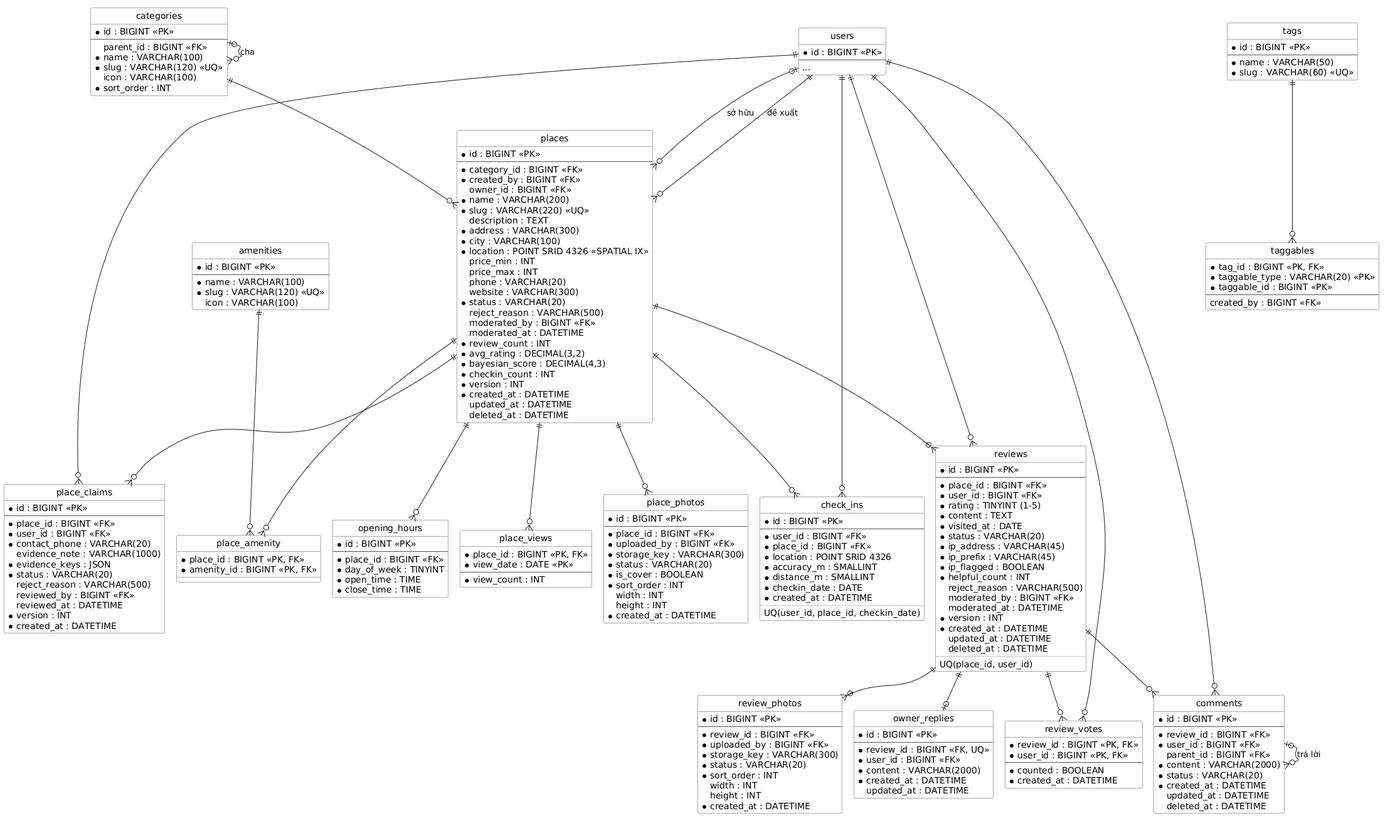
Before: docs/diagrams/png/erd-place-review.png, a diagram exported from PlantUML (hiepfre3101/local-spot). Source of this version:
```plantuml
@startuml erd-place-review
!pragma layout smetana
hide circle
skinparam linetype ortho
skinparam class {
  BackgroundColor #FDFDFD
  BorderColor #555555
}

entity users {
  * id : BIGINT <<PK>>
  --
  ...
}

entity categories {
  * id : BIGINT <<PK>>
  --
  parent_id : BIGINT <<FK>>
  * name : VARCHAR(100)
  * slug : VARCHAR(120) <<UQ>>
  icon : VARCHAR(100)
  * sort_order : INT
}

entity places {
  * id : BIGINT <<PK>>
  --
  * category_id : BIGINT <<FK>>
  * created_by : BIGINT <<FK>>
  owner_id : BIGINT <<FK>>
  * name : VARCHAR(200)
  * slug : VARCHAR(220) <<UQ>>
  description : TEXT
  * address : VARCHAR(300)
  * city : VARCHAR(100)
  * location : POINT SRID 4326 <<SPATIAL IX>>
  price_min : INT
  price_max : INT
  phone : VARCHAR(20)
  website : VARCHAR(300)
  * status : VARCHAR(20)
  reject_reason : VARCHAR(500)
  moderated_by : BIGINT <<FK>>
  moderated_at : DATETIME
  * review_count : INT
  * avg_rating : DECIMAL(3,2)
  * bayesian_score : DECIMAL(4,3)
  * checkin_count : INT
  * version : INT
  * created_at : DATETIME
  updated_at : DATETIME
  deleted_at : DATETIME
}

entity place_photos {
  * id : BIGINT <<PK>>
  --
  * place_id : BIGINT <<FK>>
  * uploaded_by : BIGINT <<FK>>
  * storage_key : VARCHAR(300)
  * status : VARCHAR(20)
  * is_cover : BOOLEAN
  * sort_order : INT
  width : INT
  height : INT
  * created_at : DATETIME
}

entity opening_hours {
  * id : BIGINT <<PK>>
  --
  * place_id : BIGINT <<FK>>
  * day_of_week : TINYINT
  * open_time : TIME
  * close_time : TIME
}

entity amenities {
  * id : BIGINT <<PK>>
  --
  * name : VARCHAR(100)
  * slug : VARCHAR(120) <<UQ>>
  icon : VARCHAR(100)
}

entity place_amenity {
  * place_id : BIGINT <<PK, FK>>
  * amenity_id : BIGINT <<PK, FK>>
}

entity place_views {
  * place_id : BIGINT <<PK, FK>>
  * view_date : DATE <<PK>>
  --
  * view_count : INT
}

entity place_claims {
  * id : BIGINT <<PK>>
  --
  * place_id : BIGINT <<FK>>
  * user_id : BIGINT <<FK>>
  * contact_phone : VARCHAR(20)
  evidence_note : VARCHAR(1000)
  * evidence_keys : JSON
  * status : VARCHAR(20)
  reject_reason : VARCHAR(500)
  reviewed_by : BIGINT <<FK>>
  reviewed_at : DATETIME
  * version : INT
  * created_at : DATETIME
}

entity tags {
  * id : BIGINT <<PK>>
  --
  * name : VARCHAR(50)
  * slug : VARCHAR(60) <<UQ>>
}

entity taggables {
  * tag_id : BIGINT <<PK, FK>>
  * taggable_type : VARCHAR(20) <<PK>>
  * taggable_id : BIGINT <<PK>>
  --
  created_by : BIGINT <<FK>>
}

entity reviews {
  * id : BIGINT <<PK>>
  --
  * place_id : BIGINT <<FK>>
  * user_id : BIGINT <<FK>>
  * rating : TINYINT (1-5)
  * content : TEXT
  * visited_at : DATE
  * status : VARCHAR(20)
  * ip_address : VARCHAR(45)
  * ip_prefix : VARCHAR(45)
  * ip_flagged : BOOLEAN
  * helpful_count : INT
  reject_reason : VARCHAR(500)
  moderated_by : BIGINT <<FK>>
  moderated_at : DATETIME
  * version : INT
  * created_at : DATETIME
  updated_at : DATETIME
  deleted_at : DATETIME
  ..
  UQ(place_id, user_id)
}

entity review_photos {
  * id : BIGINT <<PK>>
  --
  * review_id : BIGINT <<FK>>
  * uploaded_by : BIGINT <<FK>>
  * storage_key : VARCHAR(300)
  * status : VARCHAR(20)
  * sort_order : INT
  width : INT
  height : INT
  * created_at : DATETIME
}

entity review_votes {
  * review_id : BIGINT <<PK, FK>>
  * user_id : BIGINT <<PK, FK>>
  --
  * counted : BOOLEAN
  * created_at : DATETIME
}

entity comments {
  * id : BIGINT <<PK>>
  --
  * review_id : BIGINT <<FK>>
  * user_id : BIGINT <<FK>>
  parent_id : BIGINT <<FK>>
  * content : VARCHAR(2000)
  * status : VARCHAR(20)
  * created_at : DATETIME
  updated_at : DATETIME
  deleted_at : DATETIME
}

entity owner_replies {
  * id : BIGINT <<PK>>
  --
  * review_id : BIGINT <<FK, UQ>>
  * user_id : BIGINT <<FK>>
  * content : VARCHAR(2000)
  * created_at : DATETIME
  updated_at : DATETIME
}

entity check_ins {
  * id : BIGINT <<PK>>
  --
  * user_id : BIGINT <<FK>>
  * place_id : BIGINT <<FK>>
  * location : POINT SRID 4326
  * accuracy_m : SMALLINT
  * distance_m : SMALLINT
  * checkin_date : DATE
  * created_at : DATETIME
  ..
  UQ(user_id, place_id, checkin_date)
}

categories |o--o{ categories : cha
categories ||--o{ places
users ||--o{ places : đề xuất
users |o--o{ places : sở hữu
places ||--o{ place_photos
places ||--o{ opening_hours
places ||--o{ place_amenity
amenities ||--o{ place_amenity
places ||--o{ place_views
places ||--o{ place_claims
users ||--o{ place_claims
tags ||--o{ taggables
places ||--o{ reviews
users ||--o{ reviews
reviews ||--o{ review_photos
reviews ||--o{ review_votes
users ||--o{ review_votes
reviews ||--o{ comments
comments |o--o{ comments : trả lời
users ||--o{ comments
reviews ||--o| owner_replies
places ||--o{ check_ins
users ||--o{ check_ins
@enduml
```
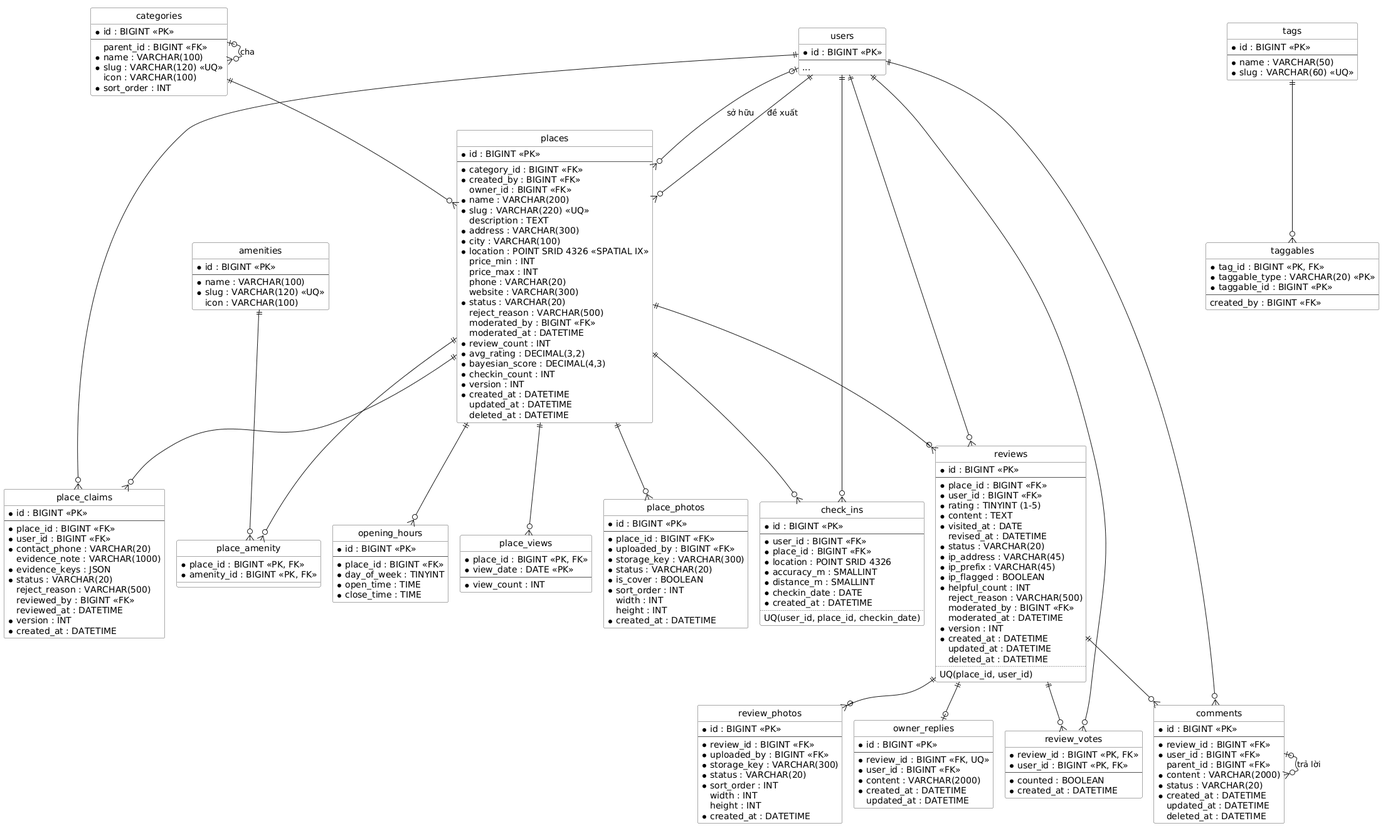
The same file after the commit.

Diff of the diagram source:
```diff
@@ -135,6 +135,7 @@
   * rating : TINYINT (1-5)
   * content : TEXT
   * visited_at : DATE
+  revised_at : DATETIME
   * status : VARCHAR(20)
   * ip_address : VARCHAR(45)
   * ip_prefix : VARCHAR(45)
```
